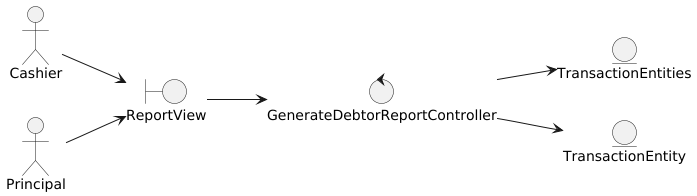
Above: out/DesignView/AnalysisView/UseCaseAnalysis/Classes.CU07.Analysis.png in wsmcbl/wsmcbl.doc (PlantUML), before the change. The source it was exported from:
```plantuml
@startuml
left to right direction

actor Cashier
actor Principal

boundary ReportView

control GenerateDebtorReportController

entity TransactionEntities
entity TransactionEntity


Cashier --> ReportView
Principal --> ReportView

ReportView --> GenerateDebtorReportController

GenerateDebtorReportController --> TransactionEntities
GenerateDebtorReportController --> TransactionEntity

@enduml
```
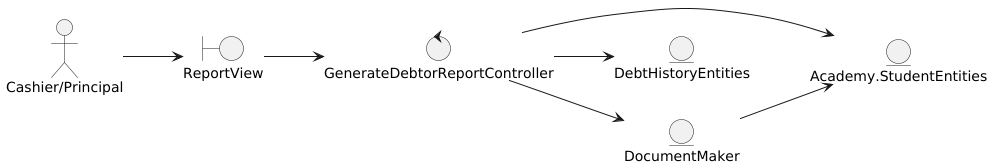
The same file after the commit.

The edit, as a diff of the source:
```diff
@@ -1,23 +1,24 @@
 @startuml
 left to right direction
 
-actor Cashier
-actor Principal
+actor "Cashier/Principal"
 
 boundary ReportView
 
 control GenerateDebtorReportController
 
-entity TransactionEntities
-entity TransactionEntity
+entity Academy.StudentEntities
+entity DebtHistoryEntities
+entity DocumentMaker
 
 
-Cashier --> ReportView
-Principal --> ReportView
+"Cashier/Principal" --> ReportView
 
 ReportView --> GenerateDebtorReportController
 
-GenerateDebtorReportController --> TransactionEntities
-GenerateDebtorReportController --> TransactionEntity
+GenerateDebtorReportController --> Academy.StudentEntities
+GenerateDebtorReportController --> DebtHistoryEntities
+GenerateDebtorReportController --> DocumentMaker
 
+DocumentMaker --> Academy.StudentEntities
 @enduml
```
